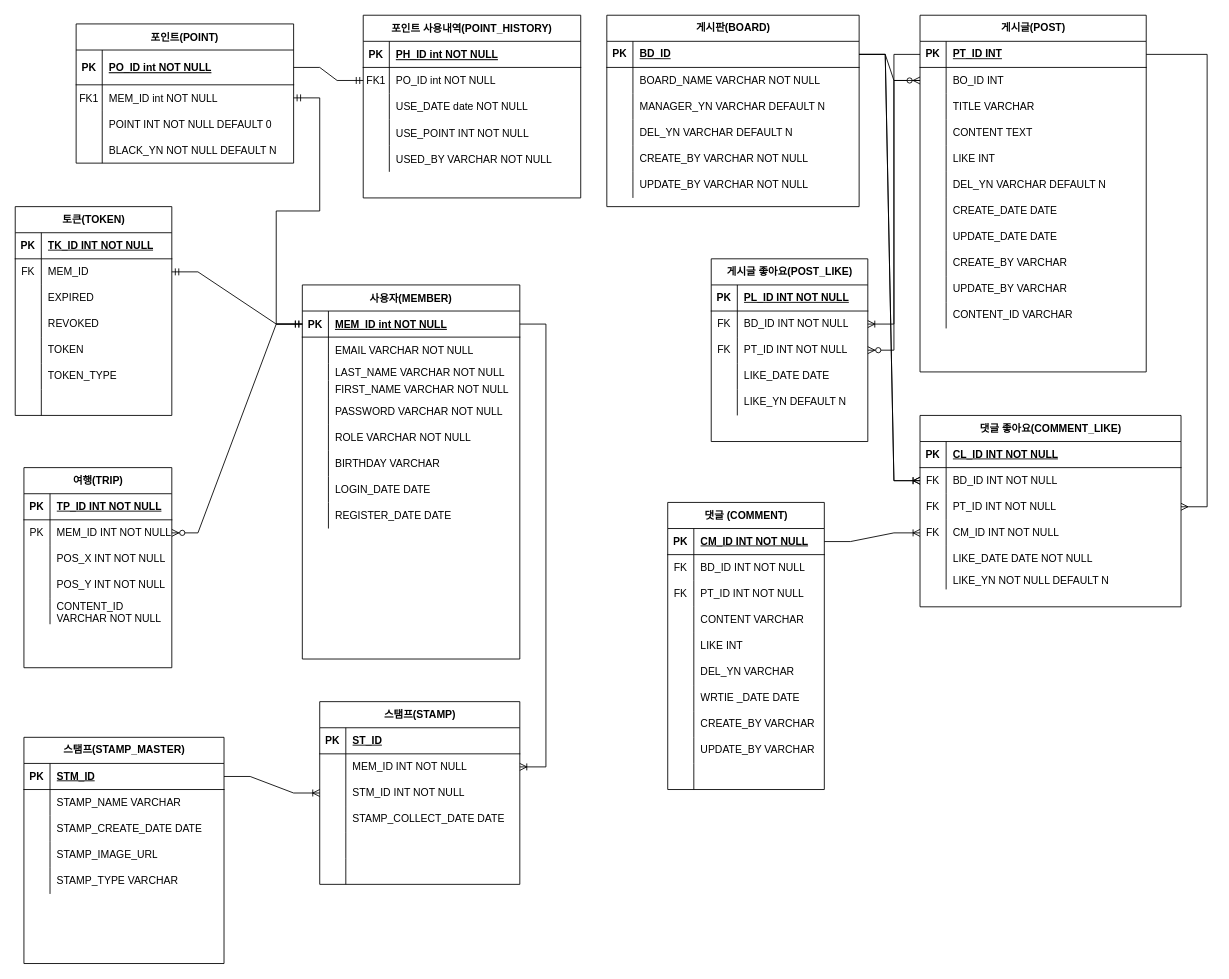
The draw.io diagram docs/나들이_ERD.drawio in DongJu-Na/Nadry, before the edit. Source tidied: cells renumbered, new cells numbered last; positions are measured from the earlier drawing's top-left corner, leaving out a move shared by most shapes. Both pictures are drawn from the tidied source at 87%, with x=0, y=0 at pixel (15, 15).
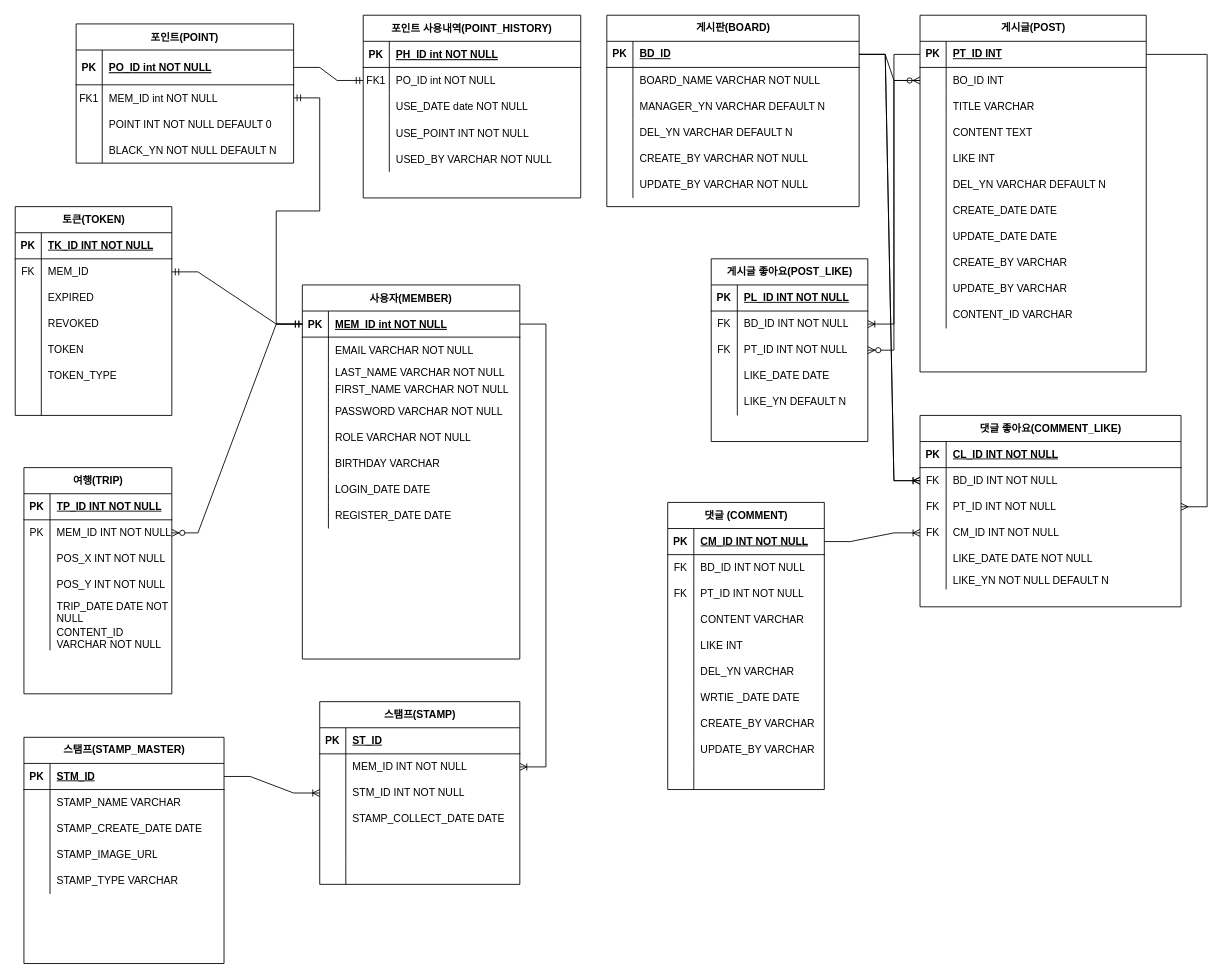
After the change.

What changed in the source:
```diff
@@
     <mxCell id="210" value="여행(TRIP)" style="shape=table;startSize=30;childLayout=tableLayout;rowLines=0;fontStyle=1;align=center;html=1;" parent="1" vertex="1">
-      <mxGeometry x="10" y="520" width="170" height="230" as="geometry" />
+      <mxGeometry x="10" y="520" width="170" height="260" as="geometry" />
     </mxCell>
@@
+    <mxCell id="264" style="shape=tableRow;horizontal=0;startSize=0;swimlaneHead=0;swimlaneBody=0;fillColor=none;top=0;left=0;right=0;bottom=0;" parent="210" vertex="1">
+      <mxGeometry y="150" width="170" height="30" as="geometry" />
+    </mxCell>
+    <mxCell id="265" style="shape=partialRectangle;fillColor=none;top=0;left=0;bottom=0;right=0;overflow=hidden;whiteSpace=wrap;html=1;" parent="264" vertex="1">
+      <mxGeometry width="30" height="30" as="geometry" />
+    </mxCell>
+    <mxCell id="266" value="TRIP_DATE DATE NOT NULL" style="shape=partialRectangle;fillColor=none;top=0;left=0;bottom=0;right=0;align=left;spacingLeft=6;overflow=hidden;whiteSpace=wrap;html=1;" parent="264" vertex="1">
+      <mxGeometry x="30" width="140" height="30" as="geometry" />
+    </mxCell>
     <mxCell id="223" style="shape=tableRow;horizontal=0;startSize=0;swimlaneHead=0;swimlaneBody=0;fillColor=none;top=0;left=0;right=0;bottom=0;" parent="210" vertex="1">
-      <mxGeometry y="150" width="170" height="30" as="geometry" />
+      <mxGeometry y="180" width="170" height="30" as="geometry" />
     </mxCell>
```
